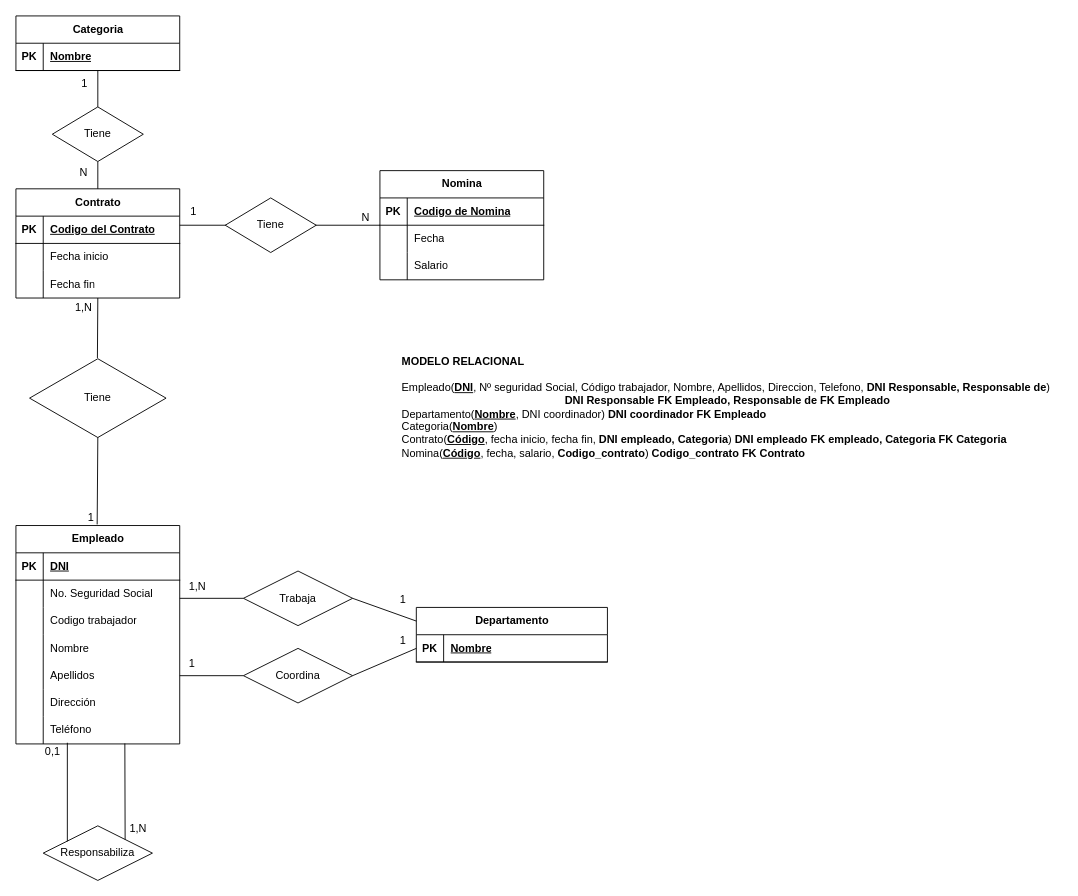
Before: Ejercicio_7_Organigrama.drawio in BasementHalfStackDev/ejercicios-ud12, a draw.io diagram. Source tidied: cells renumbered, new cells numbered last; positions are measured from the earlier drawing's top-left corner, leaving out a move shared by most shapes. Both pictures are drawn from the tidied source at 91%, with x=0, y=0 at pixel (15, 15).
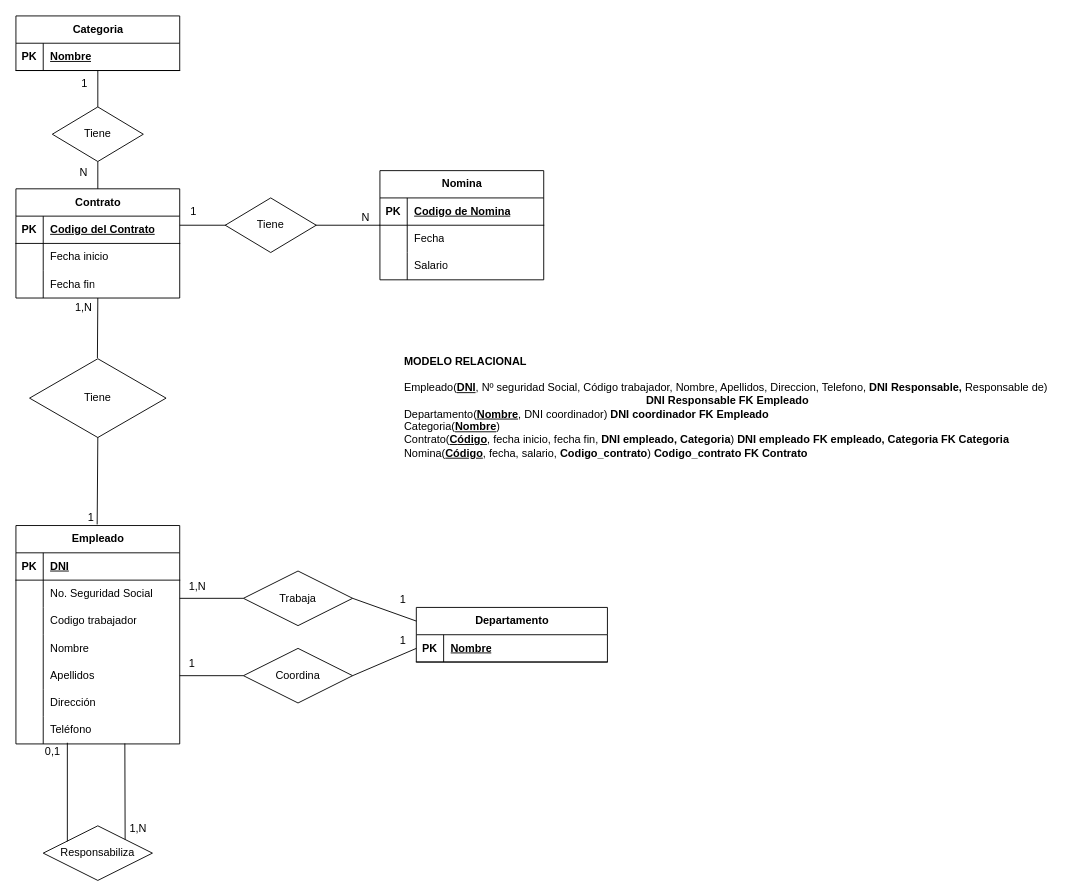
After the change.

The edit, as a diff of the source:
```diff
@@
-    <mxCell id="82" value="&lt;div style=&quot;text-align: left;&quot;&gt;&lt;b&gt;MODELO RELACIONAL&lt;/b&gt;&lt;/div&gt;&lt;div style=&quot;text-align: left;&quot;&gt;&lt;br&gt;&lt;/div&gt;Empleado(&lt;u style=&quot;border-color: var(--border-color);&quot;&gt;&lt;b&gt;DNI&lt;/b&gt;&lt;/u&gt;, Nº seguridad Social, Código trabajador, Nombre, Apellidos, Direccion, Telefono, &lt;b&gt;DNI Responsable, Responsable de&lt;/b&gt;)&lt;br&gt;&amp;nbsp;&lt;b&gt;DNI Responsable FK Empleado, Responsable de FK Empleado&lt;/b&gt;&lt;div style=&quot;border-color: var(--border-color); text-align: left;&quot;&gt;Departamento(&lt;u style=&quot;border-color: var(--border-color);&quot;&gt;&lt;b&gt;Nombre&lt;/b&gt;&lt;/u&gt;, DNI coordinador)&amp;nbsp;&lt;b style=&quot;background-color: initial;&quot;&gt;DNI coordinador FK Empleado&lt;/b&gt;&lt;/div&gt;&lt;div style=&quot;border-color: var(--border-color); text-align: left;&quot;&gt;&lt;span style=&quot;background-color: initial;&quot;&gt;Categoria(&lt;b&gt;&lt;u&gt;Nombre&lt;/u&gt;&lt;/b&gt;)&lt;/span&gt;&lt;/div&gt;&lt;div style=&quot;border-color: var(--border-color); text-align: left;&quot;&gt;Contrato(&lt;b&gt;&lt;u&gt;C&lt;/u&gt;&lt;/b&gt;&lt;u style=&quot;border-color: var(--border-color);&quot;&gt;&lt;b&gt;ódigo&lt;/b&gt;&lt;/u&gt;, fecha inicio, fecha fin, &lt;b&gt;DNI empleado, Categoria&lt;/b&gt;)&amp;nbsp;&lt;span style=&quot;background-color: initial;&quot;&gt;&lt;b&gt;DNI empleado FK empleado, Categoria FK Categoria&lt;/b&gt;&lt;/span&gt;&lt;/div&gt;&lt;div style=&quot;border-color: var(--border-color); text-align: left;&quot;&gt;&lt;span style=&quot;background-color: initial;&quot;&gt;Nomina(&lt;u style=&quot;font-weight: bold;&quot;&gt;Código&lt;/u&gt;, fecha, salario, &lt;b&gt;Codigo_contrato&lt;/b&gt;) &lt;b&gt;Codigo_contrato FK Contrato&lt;/b&gt;&lt;/span&gt;&lt;/div&gt;" style="text;html=1;align=center;verticalAlign=middle;strokeColor=none;fillColor=none;" parent="1" vertex="1">
-      <mxGeometry x="410" y="365" width="740" height="130" as="geometry" />
+    <mxCell id="82" value="&lt;div style=&quot;text-align: left;&quot;&gt;&lt;b&gt;MODELO RELACIONAL&lt;/b&gt;&lt;/div&gt;&lt;div style=&quot;text-align: left;&quot;&gt;&lt;br&gt;&lt;/div&gt;Empleado(&lt;u style=&quot;border-color: var(--border-color);&quot;&gt;&lt;b&gt;DNI&lt;/b&gt;&lt;/u&gt;, Nº seguridad Social, Código trabajador, Nombre, Apellidos, Direccion, Telefono, &lt;b&gt;DNI Responsable, &lt;/b&gt;Responsable de)&lt;br&gt;&amp;nbsp;&lt;b&gt;DNI Responsable FK Empleado&lt;/b&gt;&lt;div style=&quot;border-color: var(--border-color); text-align: left;&quot;&gt;Departamento(&lt;u style=&quot;border-color: var(--border-color);&quot;&gt;&lt;b&gt;Nombre&lt;/b&gt;&lt;/u&gt;, DNI coordinador)&amp;nbsp;&lt;b style=&quot;background-color: initial;&quot;&gt;DNI coordinador FK Empleado&lt;/b&gt;&lt;/div&gt;&lt;div style=&quot;border-color: var(--border-color); text-align: left;&quot;&gt;&lt;span style=&quot;background-color: initial;&quot;&gt;Categoria(&lt;b&gt;&lt;u&gt;Nombre&lt;/u&gt;&lt;/b&gt;)&lt;/span&gt;&lt;/div&gt;&lt;div style=&quot;border-color: var(--border-color); text-align: left;&quot;&gt;Contrato(&lt;b&gt;&lt;u&gt;C&lt;/u&gt;&lt;/b&gt;&lt;u style=&quot;border-color: var(--border-color);&quot;&gt;&lt;b&gt;ódigo&lt;/b&gt;&lt;/u&gt;, fecha inicio, fecha fin, &lt;b&gt;DNI empleado, Categoria&lt;/b&gt;)&amp;nbsp;&lt;span style=&quot;background-color: initial;&quot;&gt;&lt;b&gt;DNI empleado FK empleado, Categoria FK Categoria&lt;/b&gt;&lt;/span&gt;&lt;/div&gt;&lt;div style=&quot;border-color: var(--border-color); text-align: left;&quot;&gt;&lt;span style=&quot;background-color: initial;&quot;&gt;Nomina(&lt;u style=&quot;font-weight: bold;&quot;&gt;Código&lt;/u&gt;, fecha, salario, &lt;b&gt;Codigo_contrato&lt;/b&gt;) &lt;b&gt;Codigo_contrato FK Contrato&lt;/b&gt;&lt;/span&gt;&lt;/div&gt;" style="text;html=1;align=center;verticalAlign=middle;strokeColor=none;fillColor=none;" parent="1" vertex="1">
+      <mxGeometry x="415" y="365" width="730" height="130" as="geometry" />
     </mxCell>
```
